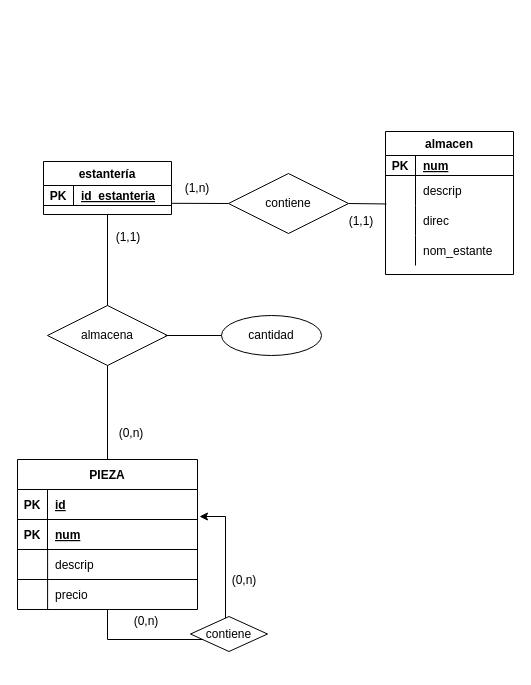
Earlier version of the draw.io diagram Ex5.drawio (JuanMarinG/TA12_MYSQL). Source tidied: cells renumbered, new cells numbered last; positions are measured from the earlier drawing's top-left corner, leaving out a move shared by most shapes. Both pictures are drawn from the tidied source at 100%, with x=0, y=0 at pixel (17, 131).
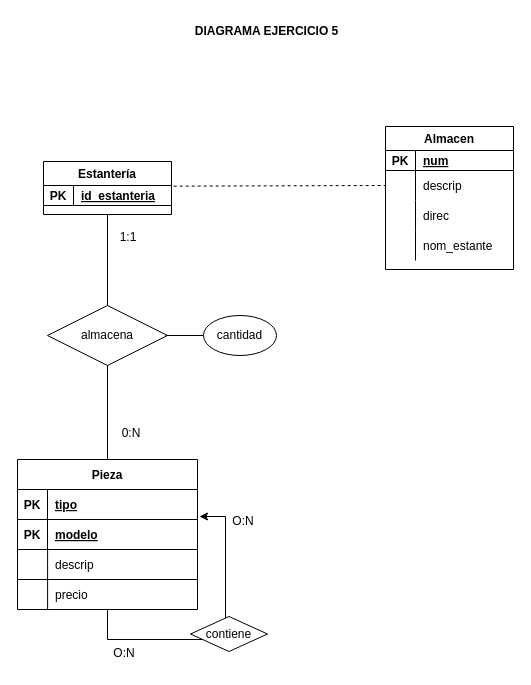
Above is the later version.

Commit message:
actualizacion relaciones

The change refers to these unchanged cells:
```xml
<mxCell id="3" style="shape=tableRow;horizontal=0;startSize=0;swimlaneHead=0;swimlaneBody=0;fillColor=none;points=[[0,0.5],[1,0.5]];portConstraint=eastwest;top=0;left=0;right=0;bottom=1;" parent="2" vertex="1">
  <mxGeometry y="30" width="180" height="30" as="geometry" />
</mxCell>
<mxCell id="6" style="shape=tableRow;horizontal=0;startSize=0;swimlaneHead=0;swimlaneBody=0;fillColor=none;top=0;left=0;right=0;bottom=0;" parent="2" vertex="1">
  <mxGeometry y="60" width="180" height="30" as="geometry" />
</mxCell>
<mxCell id="14" style="shape=tableRow;horizontal=0;startSize=0;swimlaneHead=0;swimlaneBody=0;fillColor=none;points=[[0,0.5],[1,0.5]];portConstraint=eastwest;top=0;left=0;right=0;bottom=0;" parent="10" vertex="1">
  <mxGeometry y="44" width="128" height="30" as="geometry" />
</mxCell>
<mxCell id="31" style="shape=tableRow;horizontal=0;startSize=0;swimlaneHead=0;swimlaneBody=0;fillColor=none;points=[[0,0.5],[1,0.5]];portConstraint=eastwest;top=0;left=0;right=0;bottom=1;" parent="30" vertex="1">
  <mxGeometry y="24" width="128" height="20" as="geometry" />
</mxCell>
```

What changed in the source:
```diff
@@
-    <mxCell id="2" value="PIEZA" style="shape=table;startSize=30;childLayout=tableLayout;rowLines=0;fontStyle=1;align=center;" parent="1" vertex="1">
+    <mxCell id="2" value="Pieza" style="shape=table;startSize=30;childLayout=tableLayout;rowLines=0;fontStyle=1;align=center;" parent="1" vertex="1">
       <mxGeometry y="328" width="180" height="150" as="geometry" />
     </mxCell>
@@
-    <mxCell id="5" value="id" style="shape=partialRectangle;fillColor=none;top=0;left=0;bottom=0;right=0;align=left;spacingLeft=6;fontStyle=5;overflow=hidden;" parent="3" vertex="1">
+    <mxCell id="5" value="tipo" style="shape=partialRectangle;fillColor=none;top=0;left=0;bottom=0;right=0;align=left;spacingLeft=6;fontStyle=5;overflow=hidden;" parent="3" vertex="1">
       <mxGeometry x="30" width="150" height="30" as="geometry" />
     </mxCell>
@@
-    <mxCell id="8" value="num" style="shape=partialRectangle;fillColor=none;top=0;left=0;bottom=0;right=0;align=left;spacingLeft=6;overflow=hidden;fontStyle=5;" parent="6" vertex="1">
+    <mxCell id="8" value="modelo" style="shape=partialRectangle;fillColor=none;top=0;left=0;bottom=0;right=0;align=left;spacingLeft=6;overflow=hidden;fontStyle=5;" parent="6" vertex="1">
       <mxGeometry x="30" width="150" height="30" as="geometry" />
     </mxCell>
@@
-    <mxCell id="10" value="almacen" style="shape=table;startSize=24;childLayout=tableLayout;rowLines=0;fontStyle=1;align=center;" parent="1" vertex="1">
-      <mxGeometry x="368" width="128" height="143" as="geometry" />
+    <mxCell id="10" value="Almacen" style="shape=table;startSize=24;childLayout=tableLayout;rowLines=0;fontStyle=1;align=center;" parent="1" vertex="1">
+      <mxGeometry x="368" y="-5" width="128" height="143" as="geometry" />
     </mxCell>
@@
-    <mxCell id="29" value="contiene" style="shape=rhombus;perimeter=rhombusPerimeter;whiteSpace=wrap;html=1;align=center;" parent="1" vertex="1">
-      <mxGeometry x="211" y="42" width="120" height="60" as="geometry" />
-    </mxCell>
-    <mxCell id="30" value="estantería" style="shape=table;startSize=24;childLayout=tableLayout;rowLines=0;fontStyle=1;align=center;" parent="1" vertex="1">
+    <mxCell id="30" value="Estantería" style="shape=table;startSize=24;childLayout=tableLayout;rowLines=0;fontStyle=1;align=center;" parent="1" vertex="1">
       <mxGeometry x="26" y="30" width="128" height="53" as="geometry" />
     </mxCell>
@@
-    <mxCell id="34" value="(0,n)" style="text;html=1;strokeColor=none;fillColor=none;align=center;verticalAlign=middle;whiteSpace=wrap;rounded=0;" parent="1" vertex="1">
+    <mxCell id="34" value="0:N" style="text;html=1;strokeColor=none;fillColor=none;align=center;verticalAlign=middle;whiteSpace=wrap;rounded=0;" parent="1" vertex="1">
       <mxGeometry x="84" y="287" width="60" height="30" as="geometry" />
     </mxCell>
-    <mxCell id="35" value="(1,1)" style="text;html=1;strokeColor=none;fillColor=none;align=center;verticalAlign=middle;whiteSpace=wrap;rounded=0;" parent="1" vertex="1">
+    <mxCell id="35" value="1:1" style="text;html=1;strokeColor=none;fillColor=none;align=center;verticalAlign=middle;whiteSpace=wrap;rounded=0;" parent="1" vertex="1">
       <mxGeometry x="81" y="91" width="60" height="30" as="geometry" />
     </mxCell>
@@
-    <mxCell id="37" style="endArrow=none;html=1;rounded=0;exitX=1;exitY=0.5;exitDx=0;exitDy=0;entryX=0.007;entryY=0.949;entryDx=0;entryDy=0;entryPerimeter=0;" parent="1" edge="1" source="29" target="14">
-      <mxGeometry relative="1" as="geometry" />
-    </mxCell>
@@
-    <mxCell id="40" value="(1,1)" style="text;html=1;strokeColor=none;fillColor=none;align=center;verticalAlign=middle;whiteSpace=wrap;rounded=0;" parent="1" vertex="1">
-      <mxGeometry x="314" y="75" width="60" height="30" as="geometry" />
-    </mxCell>
-    <mxCell id="41" value="(1,n)" style="text;html=1;strokeColor=none;fillColor=none;align=center;verticalAlign=middle;whiteSpace=wrap;rounded=0;" parent="1" vertex="1">
-      <mxGeometry x="150" y="41.5" width="60" height="30" as="geometry" />
-    </mxCell>
-    <mxCell id="42" style="endArrow=none;html=1;rounded=0;exitX=1;exitY=0.5;exitDx=0;exitDy=0;entryX=0;entryY=0.5;entryDx=0;entryDy=0;" parent="1" edge="1" target="29">
-      <mxGeometry relative="1" as="geometry">
-        <mxPoint x="154" y="71.8" as="sourcePoint" />
-      </mxGeometry>
-    </mxCell>
@@
     <mxCell id="44" value="cantidad" style="ellipse;whiteSpace=wrap;html=1;align=center;" parent="1" vertex="1">
-      <mxGeometry x="204" y="184" width="100" height="40" as="geometry" />
+      <mxGeometry x="186" y="184" width="73" height="40" as="geometry" />
     </mxCell>
@@
-    <mxCell id="46" value="(0,n)" style="text;html=1;strokeColor=none;fillColor=none;align=center;verticalAlign=middle;whiteSpace=wrap;rounded=0;" parent="1" vertex="1">
-      <mxGeometry x="197" y="434" width="60" height="30" as="geometry" />
+    <mxCell id="46" value="O:N" style="text;html=1;strokeColor=none;fillColor=none;align=center;verticalAlign=middle;whiteSpace=wrap;rounded=0;" parent="1" vertex="1">
+      <mxGeometry x="196" y="375" width="60" height="30" as="geometry" />
     </mxCell>
-    <mxCell id="47" value="(0,n)" style="text;html=1;strokeColor=none;fillColor=none;align=center;verticalAlign=middle;whiteSpace=wrap;rounded=0;" parent="1" vertex="1">
-      <mxGeometry x="99" y="475" width="60" height="30" as="geometry" />
+    <mxCell id="47" value="O:N" style="text;html=1;strokeColor=none;fillColor=none;align=center;verticalAlign=middle;whiteSpace=wrap;rounded=0;" parent="1" vertex="1">
+      <mxGeometry x="77" y="507" width="60" height="30" as="geometry" />
     </mxCell>
+    <mxCell id="48" value="&lt;div&gt;&lt;b&gt;DIAGRAMA EJERCICIO 5&lt;/b&gt;&lt;/div&gt;&lt;div&gt;&lt;br&gt;&lt;/div&gt;" style="text;html=1;align=center;verticalAlign=middle;strokeColor=none;fillColor=none;" parent="1" vertex="1">
+      <mxGeometry x="173" y="-114" width="152" height="41" as="geometry" />
+    </mxCell>
+    <mxCell id="49" style="endArrow=none;dashed=1;html=1;rounded=0;entryX=0;entryY=0.5;entryDx=0;entryDy=0;exitX=1.017;exitY=0.033;exitDx=0;exitDy=0;exitPerimeter=0;" parent="1" edge="1" source="31" target="14">
+      <mxGeometry relative="1" as="geometry" />
+    </mxCell>
```
